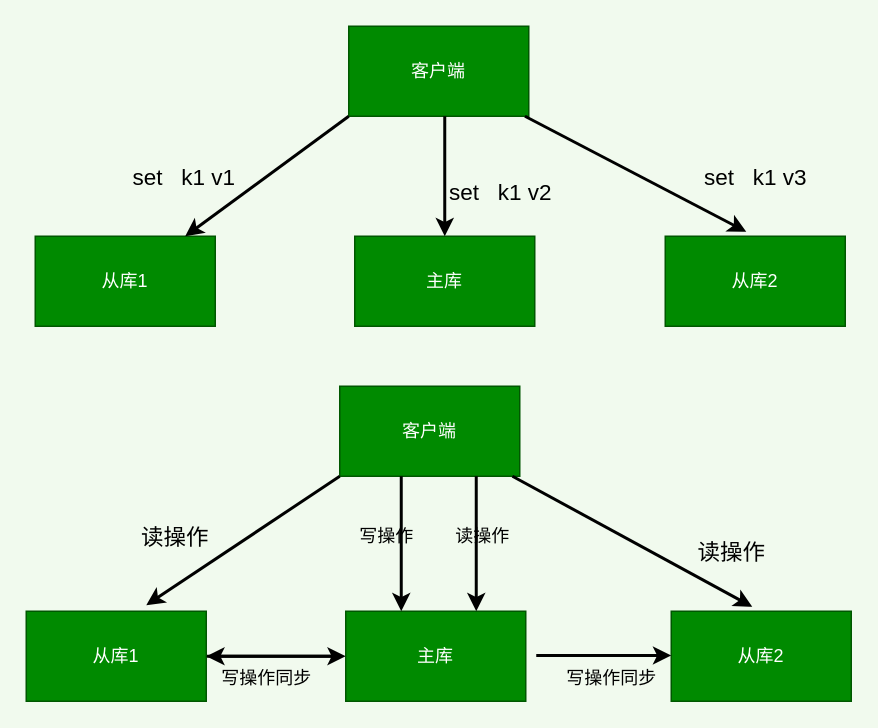
The draw.io diagram redis/src/redis.drawio in luckylsx/study-notes, before the edit. Source tidied: cells renumbered, new cells numbered last; positions are measured from the earlier drawing's top-left corner, leaving out a move shared by most shapes. Both pictures are drawn from the tidied source at 150%, with x=0, y=0 at pixel (26, 26).
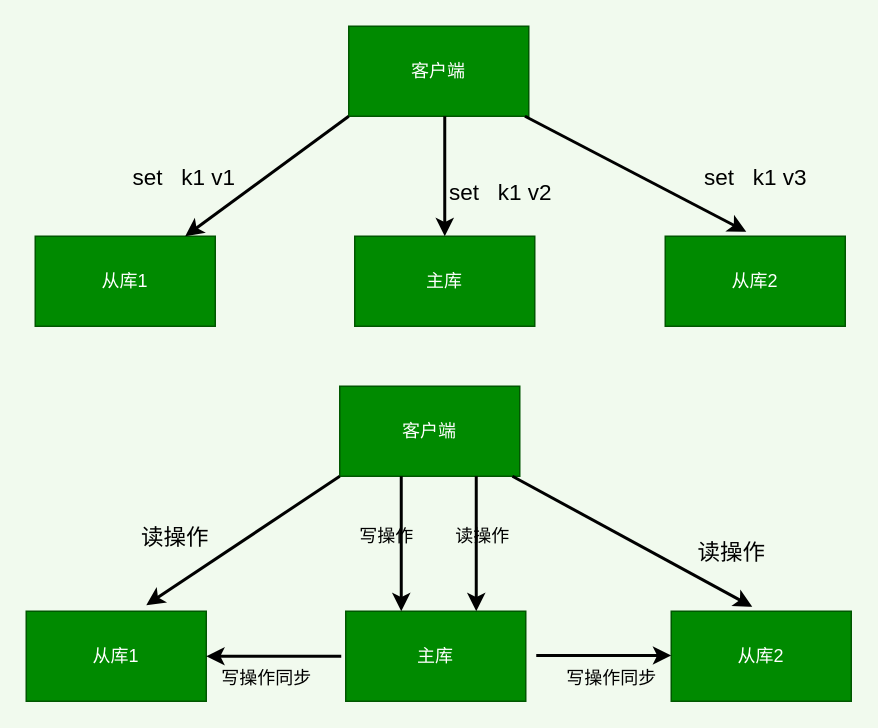
Above is the later version.

Unchanged cells that the change refers to:
```xml
<mxCell id="14" value="从库1" style="rounded=0;whiteSpace=wrap;html=1;fillColor=#008a00;strokeColor=#005700;fontColor=#ffffff;" parent="1" vertex="1">
  <mxGeometry y="390" width="120" height="60" as="geometry" />
</mxCell>
<mxCell id="15" value="主库" style="rounded=0;whiteSpace=wrap;html=1;fillColor=#008a00;strokeColor=#005700;fontColor=#ffffff;" parent="1" vertex="1">
  <mxGeometry x="213" y="390" width="120" height="60" as="geometry" />
</mxCell>
```

Diff of the diagram source:
```diff
@@
-    <mxCell id="13" style="edgeStyle=orthogonalEdgeStyle;rounded=0;jettySize=auto;html=1;strokeColor=#000000;strokeWidth=2;" parent="1" edge="1" source="14" target="15">
-      <mxGeometry relative="1" as="geometry" />
-    </mxCell>
```
